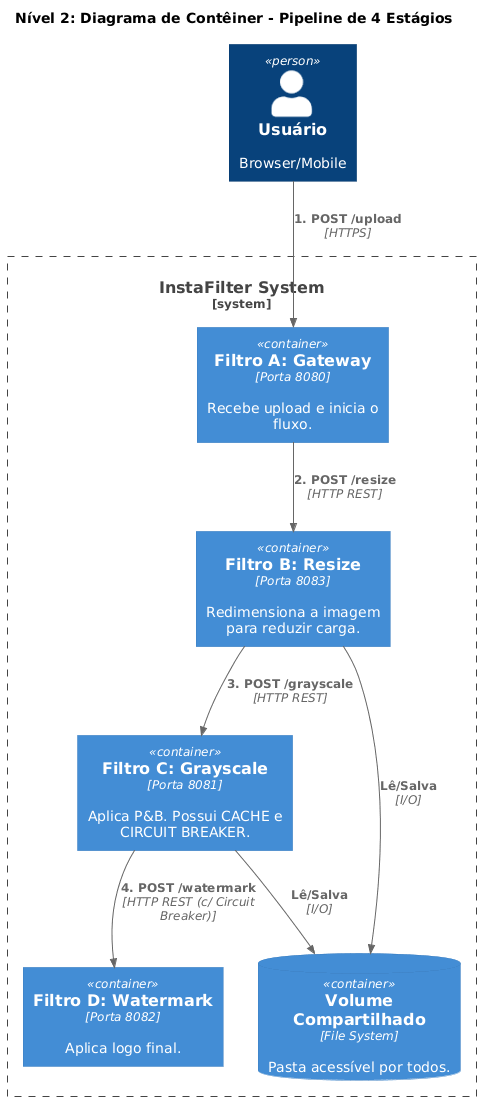
MuriloCSS/InstaFilter- keeps this PlantUML diagram as Diagrama de Contêiner.png. Above is the earlier version.
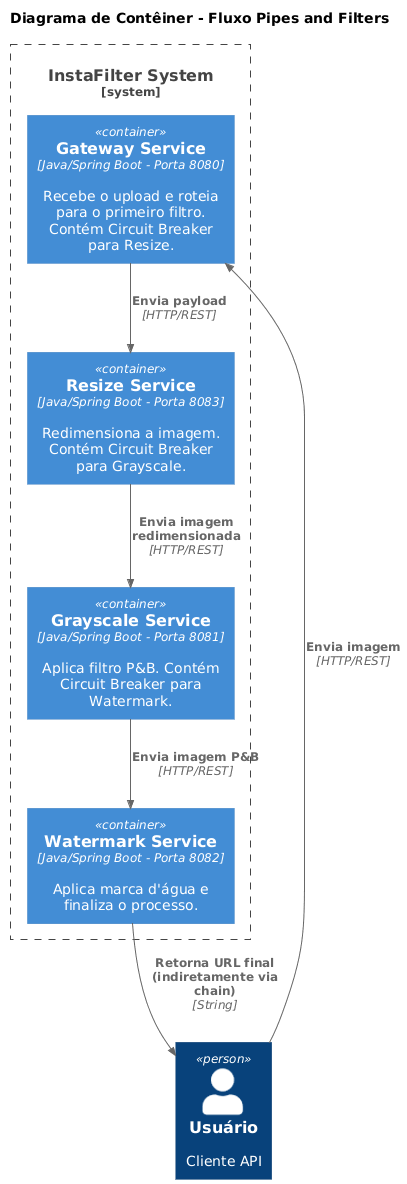
After the commit.

Change to the diagram source:
```diff
@@ -1,27 +1,20 @@
 @startuml
 !include https://raw.githubusercontent.com/plantuml-stdlib/C4-PlantUML/master/C4_Container.puml
 
-title Nível 2: Diagrama de Contêiner - Pipeline de 4 Estágios
+title Diagrama de Contêiner - Fluxo Pipes and Filters
 
-Person(usuario, "Usuário", "Browser/Mobile")
+Person(usuario, "Usuário", "Cliente API")
 
 System_Boundary(c1, "InstaFilter System") {
-    Container(filter_gateway, "Filtro A: Gateway", "Porta 8080", "Recebe upload e inicia o fluxo.")
-
-    Container(filter_resize, "Filtro B: Resize", "Porta 8083", "Redimensiona a imagem para reduzir carga.")
-
-    Container(filter_grayscale, "Filtro C: Grayscale", "Porta 8081", "Aplica P&B. Possui CACHE e CIRCUIT BREAKER.")
-
-    Container(filter_watermark, "Filtro D: Watermark", "Porta 8082", "Aplica logo final.")
-
-    ContainerDb(shared_storage, "Volume Compartilhado", "File System", "Pasta acessível por todos.")
+    Container(gateway, "Gateway Service", "Java/Spring Boot - Porta 8080", "Recebe o upload e roteia para o primeiro filtro. Contém Circuit Breaker para Resize.")
+    Container(resize, "Resize Service", "Java/Spring Boot - Porta 8083", "Redimensiona a imagem. Contém Circuit Breaker para Grayscale.")
+    Container(grayscale, "Grayscale Service", "Java/Spring Boot - Porta 8081", "Aplica filtro P&B. Contém Circuit Breaker para Watermark.")
+    Container(watermark, "Watermark Service", "Java/Spring Boot - Porta 8082", "Aplica marca d'água e finaliza o processo.")
 }
 
-Rel(usuario, filter_gateway, "1. POST /upload", "HTTPS")
-Rel(filter_gateway, filter_resize, "2. POST /resize", "HTTP REST")
-Rel(filter_resize, filter_grayscale, "3. POST /grayscale", "HTTP REST")
-Rel(filter_grayscale, filter_watermark, "4. POST /watermark", "HTTP REST (c/ Circuit Breaker)")
-
-Rel(filter_resize, shared_storage, "Lê/Salva", "I/O")
-Rel(filter_grayscale, shared_storage, "Lê/Salva", "I/O")
+Rel(usuario, gateway, "Envia imagem", "HTTP/REST")
+Rel(gateway, resize, "Envia payload", "HTTP/REST")
+Rel(resize, grayscale, "Envia imagem redimensionada", "HTTP/REST")
+Rel(grayscale, watermark, "Envia imagem P&B", "HTTP/REST")
+Rel(watermark, usuario, "Retorna URL final (indiretamente via chain)", "String")
 @enduml
```
